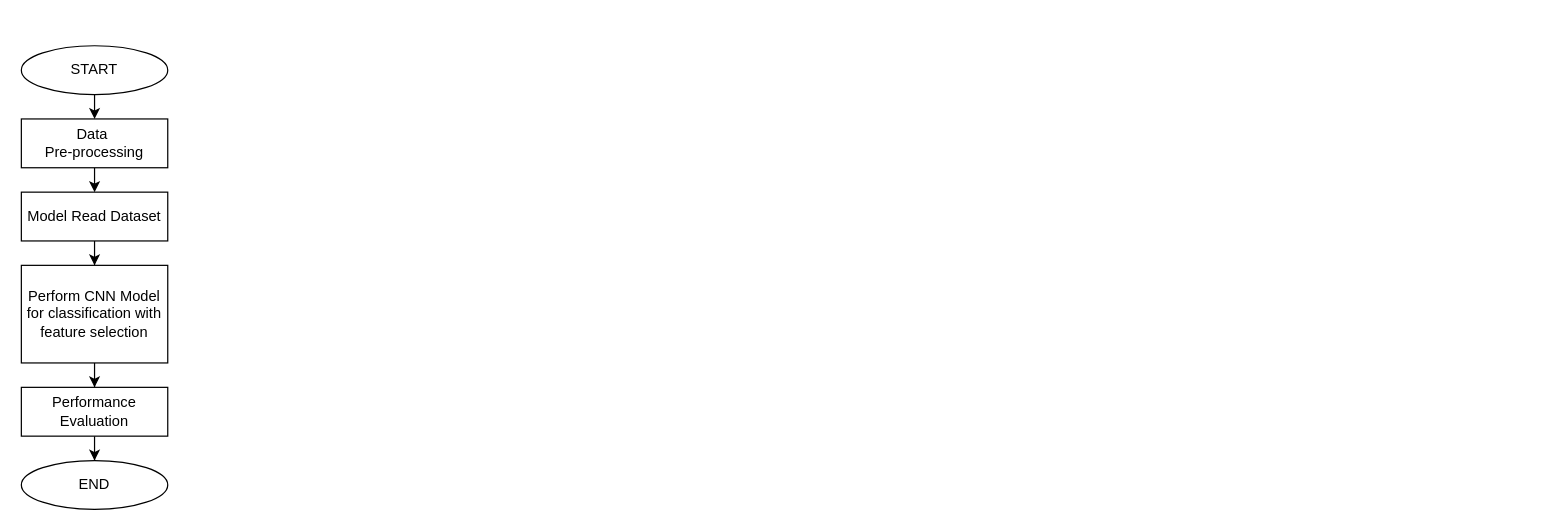
Earlier version of the draw.io diagram page "Page-14" (13 of 13) of Untitled Diagram.drawio (yumilor/yumilor). Source tidied: cells renumbered, new cells numbered last; positions are measured from the earlier drawing's top-left corner, leaving out a move shared by most shapes. Both pictures are drawn from the tidied source at 122%, with x=0, y=0 at pixel (21, 45).
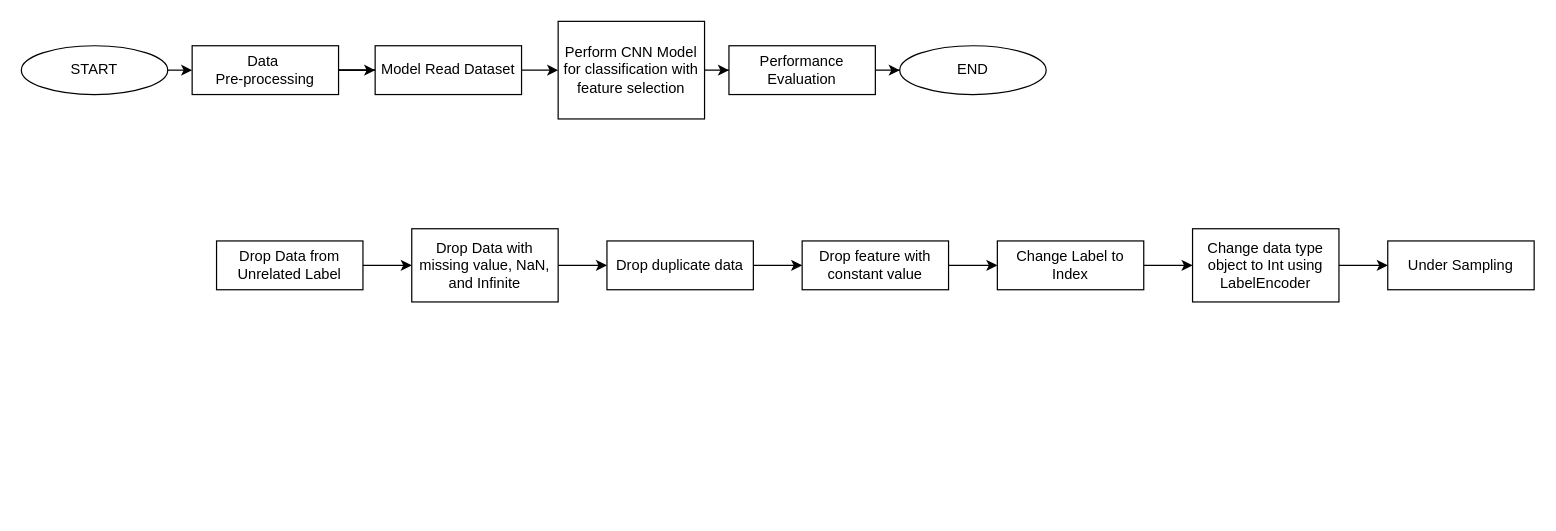
After the change.

The change refers to these unchanged cells:
```xml
<mxCell id="11" value="START" style="ellipse;whiteSpace=wrap;html=1;rounded=0;" parent="1" vertex="1">
  <mxGeometry width="120" height="40" as="geometry" />
</mxCell>
```

Diff of the diagram source:
```diff
@@
-    <mxCell id="2" style="edgeStyle=orthogonalEdgeStyle;rounded=0;jettySize=auto;html=1;" parent="1" edge="1" source="12" target="6">
+    <mxCell id="2" style="edgeStyle=orthogonalEdgeStyle;rounded=0;jettySize=auto;html=1;" parent="1" edge="1" source="4" target="6">
       <mxGeometry relative="1" as="geometry" />
     </mxCell>
-    <mxCell id="3" style="edgeStyle=orthogonalEdgeStyle;rounded=0;jettySize=auto;html=1;exitX=0.5;exitY=1;exitDx=0;exitDy=0;entryX=0.5;entryY=0;entryDx=0;entryDy=0;" parent="1" edge="1" source="4" target="12">
+    <mxCell id="3" style="edgeStyle=orthogonalEdgeStyle;rounded=0;jettySize=auto;html=1;exitX=1;exitY=0.5;exitDx=0;exitDy=0;entryX=0;entryY=0.5;entryDx=0;entryDy=0;" parent="1" edge="1" source="4" target="12">
       <mxGeometry relative="1" as="geometry" />
     </mxCell>
-    <mxCell id="4" value="&lt;div&gt;Data&amp;nbsp;&lt;/div&gt;&lt;div&gt;Pre-processing&lt;/div&gt;" style="whiteSpace=wrap;html=1;rounded=0;" parent="1" vertex="1">
-      <mxGeometry y="60" width="120" height="40" as="geometry" />
-    </mxCell>
@@
     <mxCell id="6" value="Perform CNN Model for classification with feature selection" style="whiteSpace=wrap;html=1;rounded=0;" parent="1" vertex="1">
-      <mxGeometry y="180" width="120" height="80" as="geometry" />
+      <mxGeometry x="440" y="-20" width="120" height="80" as="geometry" />
     </mxCell>
@@
     <mxCell id="8" value="Performance Evaluation" style="whiteSpace=wrap;html=1;rounded=0;" parent="1" vertex="1">
-      <mxGeometry y="280" width="120" height="40" as="geometry" />
+      <mxGeometry x="580" width="120" height="40" as="geometry" />
     </mxCell>
     <mxCell id="9" value="END" style="ellipse;whiteSpace=wrap;html=1;rounded=0;" parent="1" vertex="1">
-      <mxGeometry y="340" width="120" height="40" as="geometry" />
+      <mxGeometry x="720" width="120" height="40" as="geometry" />
     </mxCell>
-    <mxCell id="10" style="edgeStyle=orthogonalEdgeStyle;rounded=0;jettySize=auto;html=1;exitX=0.5;exitY=1;exitDx=0;exitDy=0;entryX=0.5;entryY=0;entryDx=0;entryDy=0;" parent="1" edge="1" source="11" target="4">
+    <mxCell id="10" style="edgeStyle=orthogonalEdgeStyle;rounded=0;jettySize=auto;html=1;exitX=1;exitY=0.5;exitDx=0;exitDy=0;entryX=0;entryY=0.5;entryDx=0;entryDy=0;" parent="1" edge="1" source="11" target="4">
       <mxGeometry relative="1" as="geometry" />
     </mxCell>
@@
     <mxCell id="12" value="Model Read Dataset" style="rounded=0;whiteSpace=wrap;html=1;" parent="1" vertex="1">
-      <mxGeometry y="120" width="120" height="40" as="geometry" />
+      <mxGeometry x="290" width="120" height="40" as="geometry" />
     </mxCell>
+    <mxCell id="13" style="edgeStyle=orthogonalEdgeStyle;rounded=0;jettySize=auto;html=1;endArrow=none;endFill=0;" parent="1" edge="1" source="12" target="4">
+      <mxGeometry relative="1" as="geometry" />
+    </mxCell>
+    <mxCell id="4" value="&lt;div&gt;Data&amp;nbsp;&lt;/div&gt;&lt;div&gt;Pre-processing&lt;/div&gt;" style="whiteSpace=wrap;html=1;rounded=0;" parent="1" vertex="1">
+      <mxGeometry x="140" width="120" height="40" as="geometry" />
+    </mxCell>
+    <mxCell id="14" style="edgeStyle=orthogonalEdgeStyle;rounded=0;jettySize=auto;html=1;exitX=1;exitY=0.5;exitDx=0;exitDy=0;entryX=0;entryY=0.5;entryDx=0;entryDy=0;" parent="1" edge="1" source="15" target="17">
+      <mxGeometry relative="1" as="geometry" />
+    </mxCell>
+    <mxCell id="15" value="Drop Data from Unrelated Label" style="whiteSpace=wrap;html=1;rounded=0;" parent="1" vertex="1">
+      <mxGeometry x="160" y="160" width="120" height="40" as="geometry" />
+    </mxCell>
+    <mxCell id="16" style="edgeStyle=orthogonalEdgeStyle;rounded=0;jettySize=auto;html=1;exitX=1;exitY=0.5;exitDx=0;exitDy=0;entryX=0;entryY=0.5;entryDx=0;entryDy=0;" parent="1" edge="1" source="17" target="21">
+      <mxGeometry relative="1" as="geometry" />
+    </mxCell>
+    <mxCell id="17" value="Drop Data with missing value, NaN, and Infinite" style="whiteSpace=wrap;html=1;rounded=0;" parent="1" vertex="1">
+      <mxGeometry x="320" y="150" width="120" height="60" as="geometry" />
+    </mxCell>
+    <mxCell id="18" style="edgeStyle=orthogonalEdgeStyle;rounded=0;jettySize=auto;html=1;exitX=1;exitY=0.5;exitDx=0;exitDy=0;entryX=0;entryY=0.5;entryDx=0;entryDy=0;" parent="1" edge="1" source="19" target="23">
+      <mxGeometry relative="1" as="geometry" />
+    </mxCell>
+    <mxCell id="19" value="Drop feature with constant value" style="whiteSpace=wrap;html=1;rounded=0;" parent="1" vertex="1">
+      <mxGeometry x="640" y="160" width="120" height="40" as="geometry" />
+    </mxCell>
+    <mxCell id="20" style="edgeStyle=orthogonalEdgeStyle;rounded=0;jettySize=auto;html=1;exitX=1;exitY=0.5;exitDx=0;exitDy=0;entryX=0;entryY=0.5;entryDx=0;entryDy=0;" parent="1" edge="1" source="21" target="19">
+      <mxGeometry relative="1" as="geometry" />
+    </mxCell>
+    <mxCell id="21" value="Drop duplicate data" style="whiteSpace=wrap;html=1;rounded=0;" parent="1" vertex="1">
+      <mxGeometry x="480" y="160" width="120" height="40" as="geometry" />
+    </mxCell>
+    <mxCell id="22" style="edgeStyle=orthogonalEdgeStyle;rounded=0;jettySize=auto;html=1;exitX=1;exitY=0.5;exitDx=0;exitDy=0;entryX=0;entryY=0.5;entryDx=0;entryDy=0;" parent="1" edge="1" source="23" target="26">
+      <mxGeometry relative="1" as="geometry" />
+    </mxCell>
+    <mxCell id="23" value="Change Label to Index" style="whiteSpace=wrap;html=1;rounded=0;" parent="1" vertex="1">
+      <mxGeometry x="800" y="160" width="120" height="40" as="geometry" />
+    </mxCell>
+    <mxCell id="24" value="Under Sampling" style="whiteSpace=wrap;html=1;rounded=0;" parent="1" vertex="1">
+      <mxGeometry x="1120" y="160" width="120" height="40" as="geometry" />
+    </mxCell>
+    <mxCell id="25" style="edgeStyle=orthogonalEdgeStyle;rounded=0;jettySize=auto;html=1;exitX=1;exitY=0.5;exitDx=0;exitDy=0;" parent="1" edge="1" source="26" target="24">
+      <mxGeometry relative="1" as="geometry" />
+    </mxCell>
+    <mxCell id="26" value="Change data type object to Int using LabelEncoder" style="whiteSpace=wrap;html=1;rounded=0;" parent="1" vertex="1">
+      <mxGeometry x="960" y="150" width="120" height="60" as="geometry" />
+    </mxCell>
```
